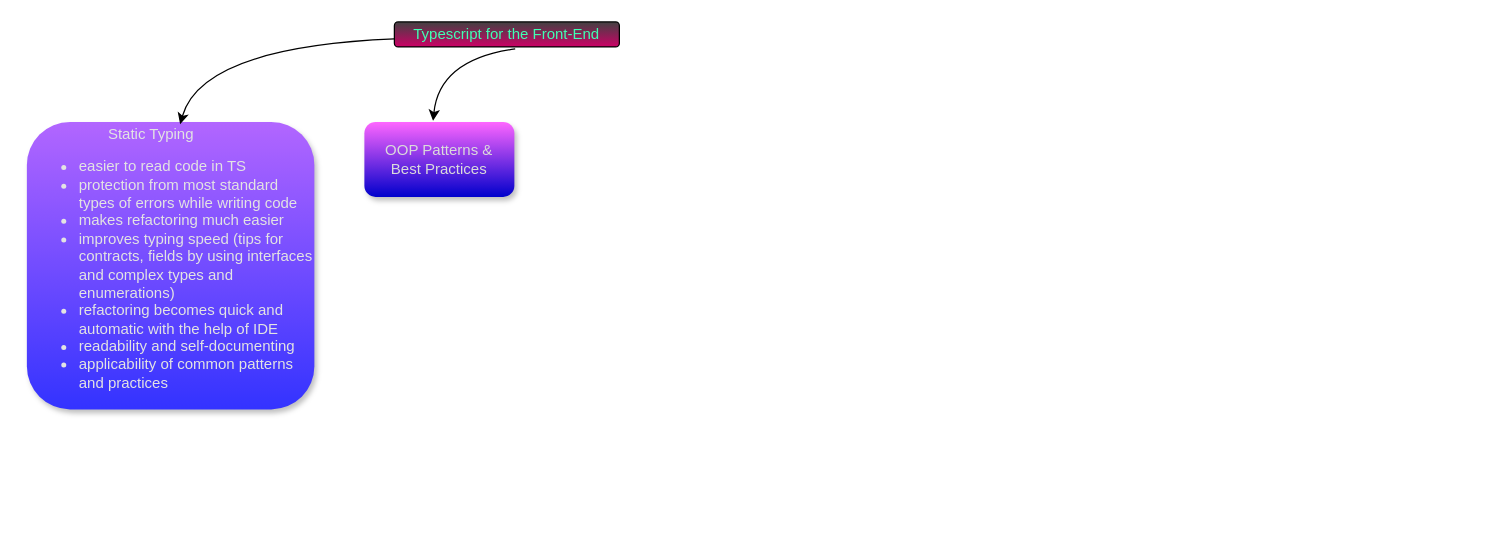
Before: Untitled Diagram.drawio in PetrovIlyuha/Notes-from-Talks, a draw.io diagram. Source tidied: cells renumbered, new cells numbered last; positions are measured from the earlier drawing's top-left corner, leaving out a move shared by most shapes. Both pictures are drawn from the tidied source at 125%, with x=0, y=0 at pixel (26, 21).
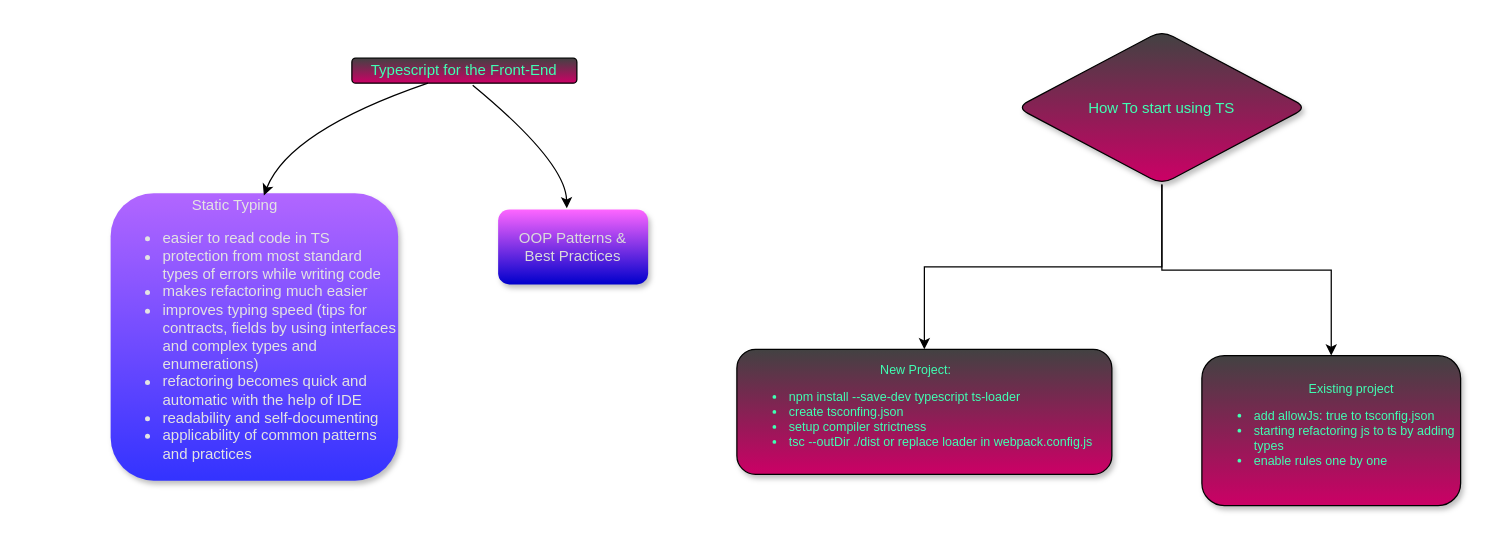
The same diagram, later.

Commit message:
steps on how to start refactor project to TS

The edit, as a diff of the source:
```diff
@@
-<mxGraphModel>
+<mxGraphModel background="#ffffff">
   <root>
     <mxCell id="0" />
     <mxCell id="1" parent="0" />
     <mxCell id="2" value="&lt;div&gt;&amp;nbsp; &amp;nbsp; &amp;nbsp; &amp;nbsp; &amp;nbsp; &amp;nbsp; &amp;nbsp; &amp;nbsp; &amp;nbsp; &amp;nbsp;Static Typing&amp;nbsp;&amp;nbsp;&lt;/div&gt;&lt;div&gt;&lt;ul&gt;&lt;li&gt;&lt;span&gt;easier to read code in TS&lt;/span&gt;&lt;br&gt;&lt;/li&gt;&lt;li&gt;&lt;span&gt;protection from most standard types of errors while writing code&lt;/span&gt;&lt;br&gt;&lt;/li&gt;&lt;li&gt;&lt;span&gt;makes refactoring much easier&lt;/span&gt;&lt;br&gt;&lt;/li&gt;&lt;li&gt;&lt;span&gt;improves typing speed (tips for contracts, fields by using interfaces and complex types and enumerations&lt;/span&gt;)&lt;/li&gt;&lt;li&gt;refactoring becomes quick and automatic with the help of IDE&lt;/li&gt;&lt;li&gt;readability and self-documenting&lt;/li&gt;&lt;li&gt;applicability of common patterns and practices&lt;/li&gt;&lt;/ul&gt;&lt;/div&gt;" style="whiteSpace=wrap;html=1;gradientDirection=south;gradientColor=#3333FF;fontColor=#E3E3E3;fillColor=#B266FF;rounded=1;glass=0;shadow=1;sketch=0;align=left;strokeColor=none;" parent="1" vertex="1">
-      <mxGeometry y="80" width="230" height="230" as="geometry" />
+      <mxGeometry x="67" y="137" width="230" height="230" as="geometry" />
     </mxCell>
     <mxCell id="3" value="Typescript for the Front-End" style="rounded=1;whiteSpace=wrap;html=1;fillColor=#424242;gradientColor=#CC0066;fontColor=#40FFB3;" parent="1" vertex="1">
-      <mxGeometry x="294" width="180" height="20" as="geometry" />
+      <mxGeometry x="260" y="29" width="180" height="20" as="geometry" />
     </mxCell>
     <mxCell id="4" value="OOP Patterns &amp;amp;&lt;br&gt;Best Practices" style="rounded=1;whiteSpace=wrap;html=1;fillColor=#FF66FF;gradientColor=#0000CC;fontColor=#DBDBDB;shadow=1;strokeColor=none;" parent="1" vertex="1">
-      <mxGeometry x="270" y="80" width="120" height="60" as="geometry" />
+      <mxGeometry x="377" y="150" width="120" height="60" as="geometry" />
     </mxCell>
     <mxCell id="5" style="curved=1;endArrow=classic;html=1;fontColor=#E3E3E3;entryX=0.533;entryY=0.008;entryDx=0;entryDy=0;entryPerimeter=0;" parent="1" edge="1" source="3" target="2">
       <mxGeometry relative="1" as="geometry">
         <Array as="points">
-          <mxPoint x="140" y="20" />
+          <mxPoint x="210" y="87" />
         </Array>
       </mxGeometry>
     </mxCell>
     <mxCell id="6" style="curved=1;endArrow=classic;html=1;fontColor=#E3E3E3;exitX=0.537;exitY=1.083;exitDx=0;exitDy=0;exitPerimeter=0;entryX=0.458;entryY=-0.014;entryDx=0;entryDy=0;entryPerimeter=0;" parent="1" edge="1" source="3" target="4">
       <mxGeometry relative="1" as="geometry">
         <Array as="points">
-          <mxPoint x="330" y="30" />
+          <mxPoint x="431" y="112" />
         </Array>
       </mxGeometry>
     </mxCell>
+    <mxCell id="7" style="edgeStyle=orthogonalEdgeStyle;rounded=0;jettySize=auto;html=1;" parent="1" edge="1" source="9" target="10">
+      <mxGeometry relative="1" as="geometry" />
+    </mxCell>
+    <mxCell id="8" style="edgeStyle=orthogonalEdgeStyle;rounded=0;jettySize=auto;html=1;" parent="1" edge="1" source="9" target="11">
+      <mxGeometry relative="1" as="geometry" />
+    </mxCell>
+    <mxCell id="9" value="How To start using TS" style="rhombus;whiteSpace=wrap;html=1;rounded=1;shadow=1;glass=0;sketch=0;strokeColor=#000000;fillColor=#424242;gradientColor=#CC0066;fontColor=#40FFB3;" parent="1" vertex="1">
+      <mxGeometry x="792" y="7" width="232" height="123" as="geometry" />
+    </mxCell>
+    <mxCell id="10" value="&lt;div style=&quot;text-align: center&quot;&gt;&lt;span&gt;New Project:&lt;/span&gt;&lt;/div&gt;&lt;ul style=&quot;font-size: 10px&quot;&gt;&lt;li style=&quot;font-size: 10px&quot;&gt;npm install --save-dev typescript ts-loader&lt;/li&gt;&lt;li style=&quot;font-size: 10px&quot;&gt;create tsconfing.json&lt;/li&gt;&lt;li style=&quot;font-size: 10px&quot;&gt;setup compiler strictness&lt;/li&gt;&lt;li style=&quot;font-size: 10px&quot;&gt;tsc --outDir ./dist or replace loader in webpack.config.js&lt;/li&gt;&lt;/ul&gt;" style="whiteSpace=wrap;html=1;rounded=1;shadow=1;glass=0;sketch=0;strokeColor=#000000;fillColor=#424242;gradientColor=#CC0066;fontColor=#40FFB3;fontSize=10;align=left;" parent="1" vertex="1">
+      <mxGeometry x="568" y="262" width="300" height="100" as="geometry" />
+    </mxCell>
+    <mxCell id="11" value="&lt;div style=&quot;text-align: center&quot;&gt;&lt;span&gt;&amp;nbsp; &amp;nbsp; &amp;nbsp; &amp;nbsp; &amp;nbsp; &amp;nbsp;Existing project&lt;/span&gt;&lt;/div&gt;&lt;ul&gt;&lt;li&gt;add allowJs: true to tsconfig.json&lt;/li&gt;&lt;li&gt;starting refactoring js to ts by adding types&lt;/li&gt;&lt;li&gt;enable rules one by one&lt;/li&gt;&lt;/ul&gt;" style="whiteSpace=wrap;html=1;rounded=1;shadow=1;glass=0;sketch=0;strokeColor=#000000;fillColor=#424242;gradientColor=#CC0066;fontSize=10;fontColor=#40FFB3;align=left;" parent="1" vertex="1">
+      <mxGeometry x="940" y="267" width="207" height="120" as="geometry" />
+    </mxCell>
   </root>
 </mxGraphModel>
```
